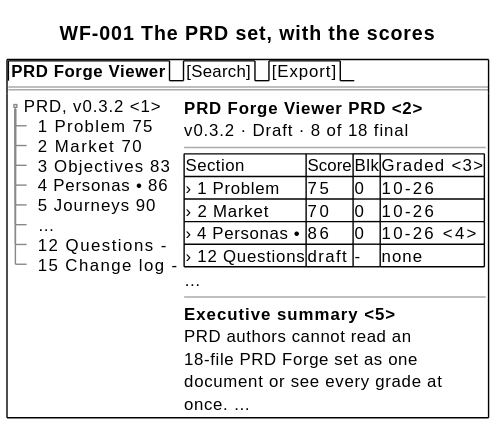
Earlier version of the PlantUML export docs/prd/prd-forge-viewer/diagrams/WF-001.svg (SpillwaveSolutions/prd-forge-viewer).
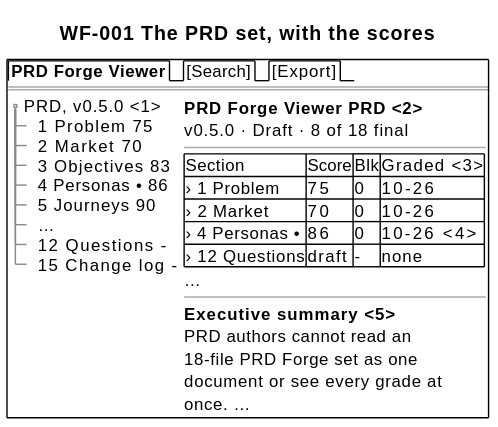
The same diagram one commit later.

Change to the diagram source:
```diff
@@ -5,7 +5,7 @@
   ==
   {
     {T
-     + PRD, v0.3.2 <1>
+     + PRD, v0.5.0 <1>
      ++ 1 Problem  75
      ++ 2 Market  70
      ++ 3 Objectives  83
@@ -16,7 +16,7 @@
      ++ 15 Change log  -
     } | {
       <b>PRD Forge Viewer PRD <2>
-      v0.3.2 · Draft · 8 of 18 final
+      v0.5.0 · Draft · 8 of 18 final
       --
       {#
         Section | Score | Blk | Graded <3>
```
